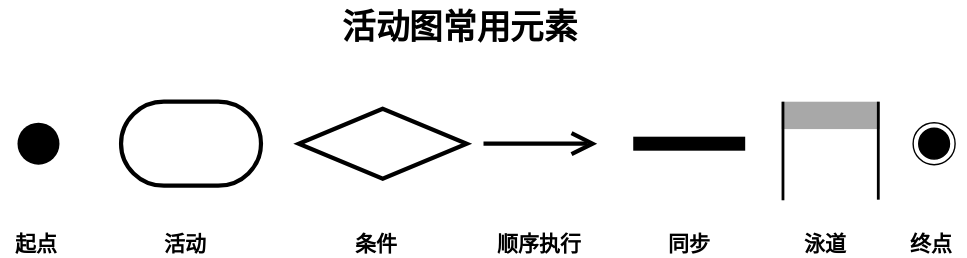
The draw.io diagram 活动图示例.drawio.svg in hollson/pm, before a commit. Source tidied: cells renumbered, new cells last; positions are measured from the earlier drawing's top-left corner, leaving out a move shared by most shapes. Its diagram source:
```xml
<mxGraphModel>
  <root>
    <mxCell id="0" />
    <mxCell id="1" parent="0" />
    <mxCell id="2" style="ellipse;fillColor=#000000;strokeColor=none;flipH=1;" parent="1" vertex="1">
      <mxGeometry x="12" y="87" width="30" height="30" as="geometry" />
    </mxCell>
    <mxCell id="3" style="ellipse;html=1;shape=endState;fillColor=#000000;strokeColor=#000000;flipH=1;" parent="1" vertex="1">
      <mxGeometry x="652" y="87" width="30" height="30" as="geometry" />
    </mxCell>
    <mxCell id="4" style="rhombus;whiteSpace=wrap;html=1;strokeWidth=3;flipH=1;" parent="1" vertex="1">
      <mxGeometry x="213" y="77" width="120" height="50" as="geometry" />
    </mxCell>
    <mxCell id="5" value="起点" style="text;html=1;align=center;verticalAlign=middle;fillColor=none;strokeColor=none;rounded=0;fontStyle=1;fontSize=15;" parent="1" vertex="1">
      <mxGeometry y="163" width="50" height="20" as="geometry" />
    </mxCell>
    <mxCell id="6" value="终点" style="text;html=1;align=center;verticalAlign=middle;fillColor=none;strokeColor=none;rounded=0;fontStyle=1;fontSize=15;" parent="1" vertex="1">
      <mxGeometry x="640" y="163" width="50" height="20" as="geometry" />
    </mxCell>
    <mxCell id="7" value="条件" style="text;html=1;align=center;verticalAlign=middle;fillColor=none;strokeColor=none;rounded=0;fontStyle=1;fontSize=15;" parent="1" vertex="1">
      <mxGeometry x="243" y="163" width="50" height="20" as="geometry" />
    </mxCell>
    <mxCell id="8" style="html=1;perimeter=orthogonalPerimeter;fillColor=#000000;strokeColor=none;fontSize=20;direction=south;strokeWidth=5;perimeterSpacing=4;flipH=1;" parent="1" vertex="1">
      <mxGeometry x="452" y="97" width="80" height="10" as="geometry" />
    </mxCell>
    <mxCell id="9" value="同步" style="text;html=1;align=center;verticalAlign=middle;fillColor=none;strokeColor=none;rounded=0;fontStyle=1;fontSize=15;" parent="1" vertex="1">
      <mxGeometry x="467" y="163" width="50" height="20" as="geometry" />
    </mxCell>
    <mxCell id="10" style="strokeWidth=3;html=1;shape=mxgraph.flowchart.terminator;whiteSpace=wrap;rounded=1;shadow=0;fontSize=20;flipH=1;" parent="1" vertex="1">
      <mxGeometry x="86" y="72" width="100" height="60" as="geometry" />
    </mxCell>
    <mxCell id="11" value="活动" style="text;html=1;align=center;verticalAlign=middle;fillColor=none;strokeColor=none;rounded=0;fontStyle=1;fontSize=15;" parent="1" vertex="1">
      <mxGeometry x="107" y="163" width="50" height="20" as="geometry" />
    </mxCell>
    <mxCell id="12" style="endArrow=open;endFill=1;endSize=12;html=1;rounded=0;fontSize=20;strokeWidth=3;" parent="1" edge="1">
      <mxGeometry relative="1" as="geometry">
        <mxPoint x="345" y="102" as="sourcePoint" />
        <mxPoint x="426.2" y="102" as="targetPoint" />
      </mxGeometry>
    </mxCell>
    <mxCell id="13" style="group;flipH=1;" parent="1" vertex="1">
      <mxGeometry x="558" y="72" width="70.1" height="72" as="geometry" />
    </mxCell>
    <mxCell id="14" style="html=1;perimeter=orthogonalPerimeter;fillColor=#A8A8A8;strokeColor=none;fontSize=20;direction=south;" parent="13" vertex="1">
      <mxGeometry x="0.1" width="70" height="19.6" as="geometry" />
    </mxCell>
    <mxCell id="15" style="html=1;perimeter=orthogonalPerimeter;fillColor=#000000;strokeColor=none;fontSize=20;direction=west;" parent="13" vertex="1">
      <mxGeometry x="68.1" width="2" height="70" as="geometry" />
    </mxCell>
    <mxCell id="16" style="html=1;perimeter=orthogonalPerimeter;fillColor=#000000;strokeColor=none;fontSize=20;direction=west;" parent="13" vertex="1">
      <mxGeometry width="2" height="70.4" as="geometry" />
    </mxCell>
    <mxCell id="17" value="顺序执行" style="text;html=1;align=center;verticalAlign=middle;fillColor=none;strokeColor=none;rounded=0;fontStyle=1;fontSize=15;" parent="1" vertex="1">
      <mxGeometry x="345" y="163" width="80" height="20" as="geometry" />
    </mxCell>
    <mxCell id="18" value="泳道" style="text;html=1;align=center;verticalAlign=middle;fillColor=none;strokeColor=none;rounded=0;fontStyle=1;fontSize=15;" parent="1" vertex="1">
      <mxGeometry x="564" y="163" width="50" height="20" as="geometry" />
    </mxCell>
    <mxCell id="19" value="活动图常用元素" style="text;strokeColor=none;fillColor=none;html=1;fontSize=24;fontStyle=1;verticalAlign=middle;align=center;rounded=1;shadow=0;fontFamily=Helvetica;fontColor=default;" parent="1" vertex="1">
      <mxGeometry x="278" width="100" height="40" as="geometry" />
    </mxCell>
  </root>
</mxGraphModel>
```
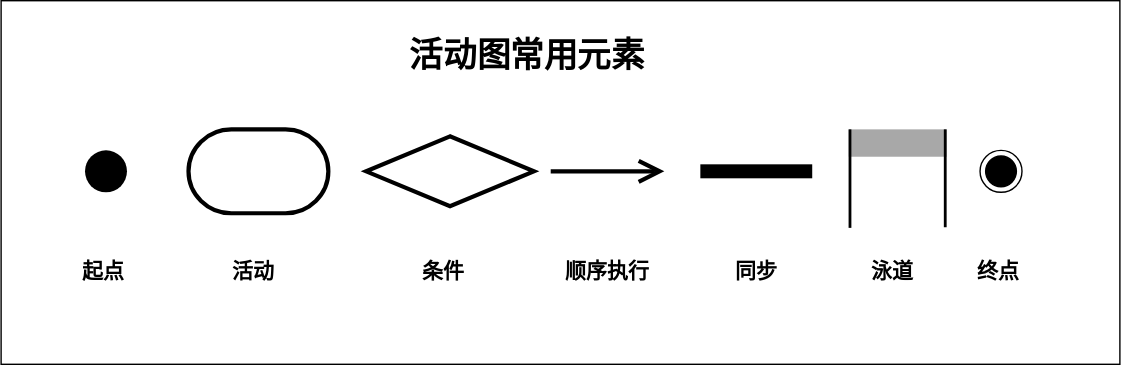
After the change.

Commit message:
更新活动图示例.drawio.svg

The edit, as a diff of the source:
```diff
@@ -2,6 +2,9 @@
   <root>
     <mxCell id="0" />
     <mxCell id="1" parent="0" />
+    <mxCell id="20" style="rounded=0;whiteSpace=wrap;html=1;sketch=0;" parent="1" vertex="1">
+      <mxGeometry x="-48" y="-20" width="800" height="260" as="geometry" />
+    </mxCell>
     <mxCell id="2" style="ellipse;fillColor=#000000;strokeColor=none;flipH=1;" parent="1" vertex="1">
       <mxGeometry x="12" y="87" width="30" height="30" as="geometry" />
     </mxCell>
```
